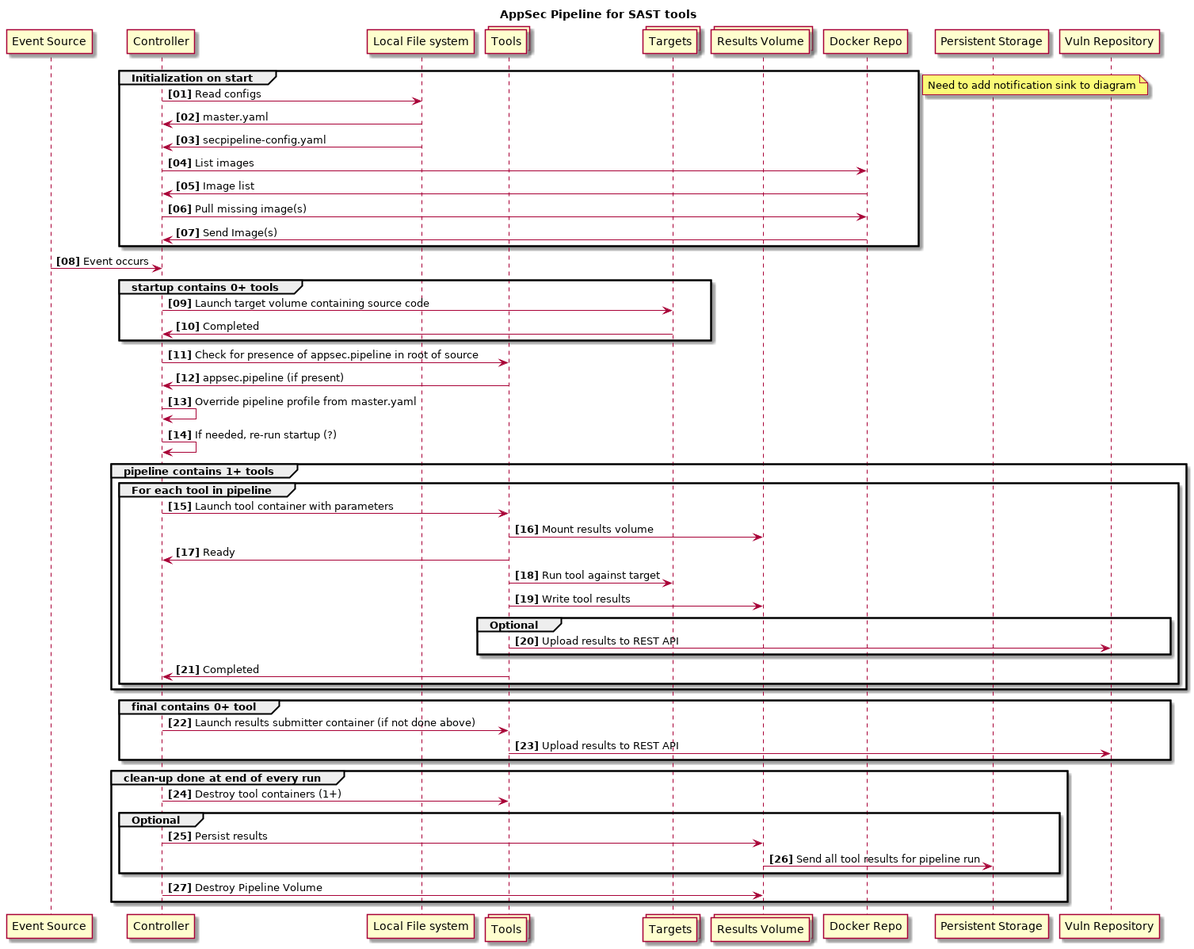
This is reference/diagrams/pipeline-static.png from appsecpipeline/AppSecPipeline-Specification, a PlantUML export, as it was before one commit. The source it was exported from:
```plantuml
@startuml
title AppSec Pipeline for SAST tools
participant "Event Source" as E
participant "Controller" as C
participant "Local File system" as F
collections "Tools" as T
collections "Targets" as A
collections "Results Volume" as V
participant "Docker Repo" as R
participant "Persistent Storage" as P
participant "Vuln Repository" as D
autonumber "<b>[00]"
group Initialization on start
  C -> F : Read configs
  F -> C : master.yaml
  F -> C : secpipeline-config.yaml
  C -> R : List images
  R -> C : Image list
  C -> R : Pull missing image(s)
  R -> C : Send Image(s)
end
note right: Need to add notification sink to diagram
E -> C : Event occurs
group **startup** contains 0+ tools
  C -> A : Launch target volume containing source code
  A -> C : Completed
end
C -> T : Check for presence of appsec.pipeline in root of source
T -> C : appsec.pipeline (if present)
C -> C : Override pipeline profile from master.yaml
C -> C : If needed, re-run startup (?)
group **pipeline** contains 1+ tools
  group For each tool in pipeline
    C -> T : Launch tool container with parameters
    T -> V : Mount results volume
    T -> C : Ready
    T -> A : Run tool against target
    T -> V : Write tool results
    group Optional
      T -> D : Upload results to REST API
    end
    T -> C : Completed
  end
end
group **final** contains 0+ tool
  C -> T : Launch results submitter container (if not done above)
  T -> D : Upload results to REST API
end
group **clean-up** done at end of every run
  C -> T : Destroy tool containers (1+)
  group Optional
    C -> V : Persist results
    V -> P : Send all tool results for pipeline run
  end
  C -> V : Destroy Pipeline Volume
end

@enduml
```
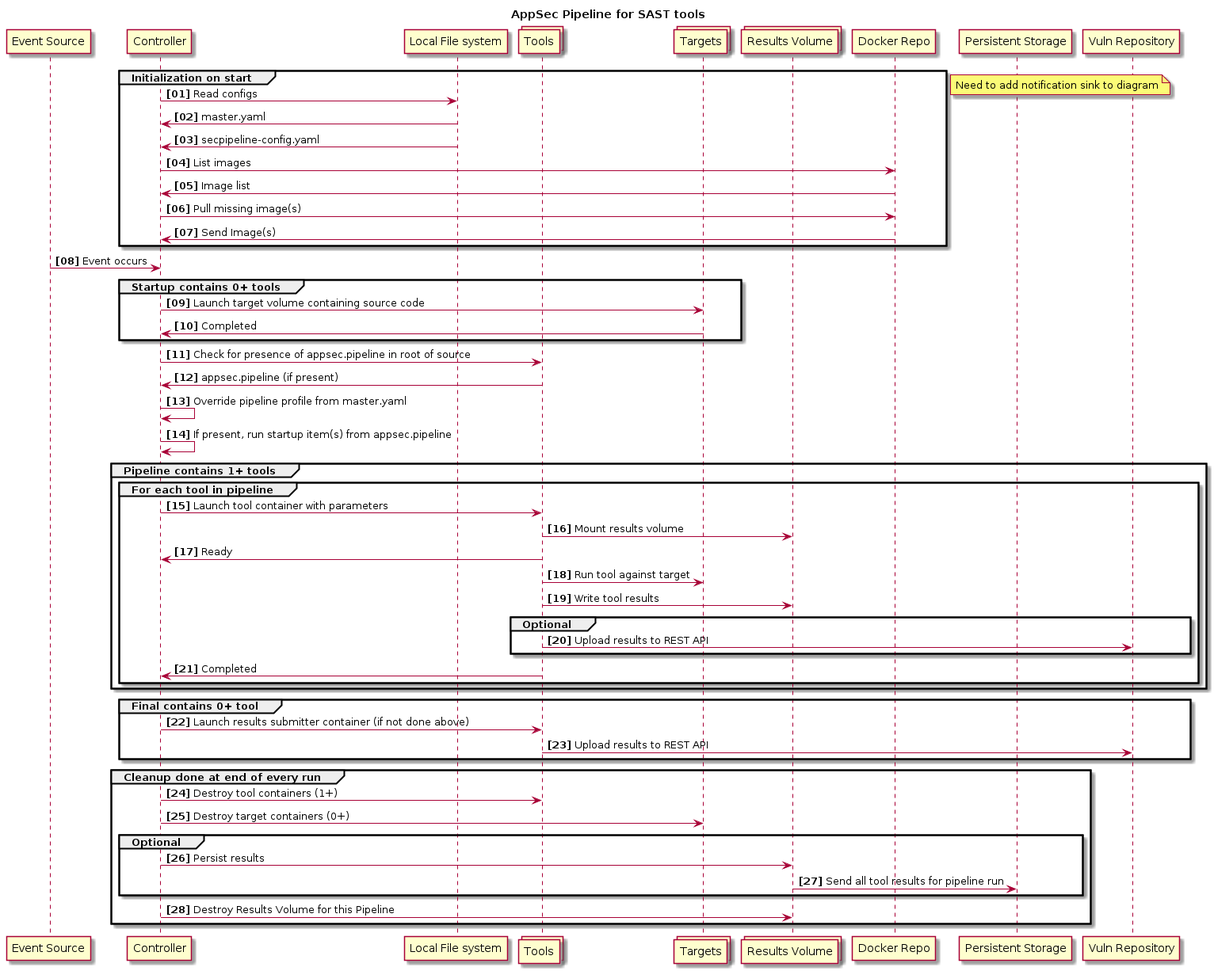
Above is the later version.

Commit message:
Added start of Spec documentation and updated sequence diagram as needed

Diff of the diagram source:
```diff
@@ -21,15 +21,15 @@
 end
 note right: Need to add notification sink to diagram
 E -> C : Event occurs
-group **startup** contains 0+ tools
+group **Startup** contains 0+ tools
   C -> A : Launch target volume containing source code
   A -> C : Completed
 end
 C -> T : Check for presence of appsec.pipeline in root of source
 T -> C : appsec.pipeline (if present)
 C -> C : Override pipeline profile from master.yaml
-C -> C : If needed, re-run startup (?)
-group **pipeline** contains 1+ tools
+C -> C : If present, run startup item(s) from appsec.pipeline
+group **Pipeline** contains 1+ tools
   group For each tool in pipeline
     C -> T : Launch tool container with parameters
     T -> V : Mount results volume
@@ -42,17 +42,18 @@
     T -> C : Completed
   end
 end
-group **final** contains 0+ tool
+group **Final** contains 0+ tool
   C -> T : Launch results submitter container (if not done above)
   T -> D : Upload results to REST API
 end
-group **clean-up** done at end of every run
+group **Cleanup** done at end of every run
   C -> T : Destroy tool containers (1+)
+  C -> A : Destroy target containers (0+)
   group Optional
     C -> V : Persist results
     V -> P : Send all tool results for pipeline run
   end
-  C -> V : Destroy Pipeline Volume
+  C -> V : Destroy Results Volume for this Pipeline
 end
 
 @enduml
```
